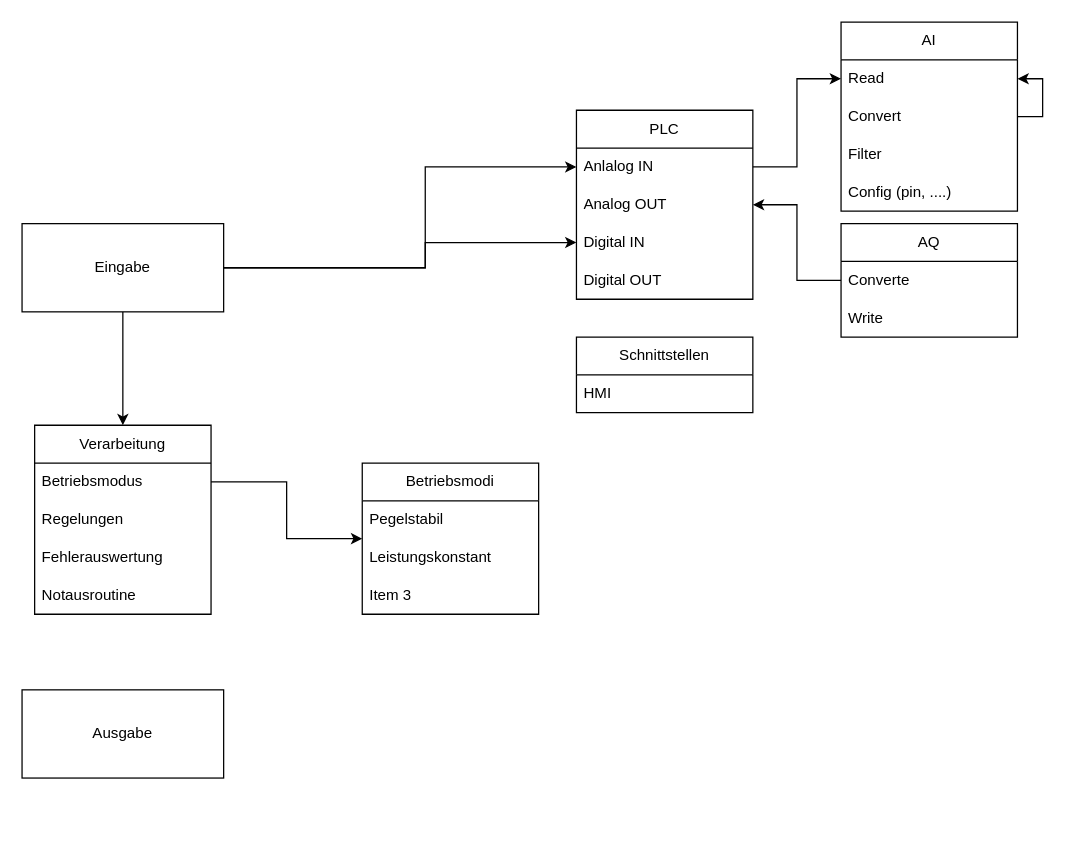
Before: MicroHydroSteuerungskonzept.drawio in Benedikt00/MicroHydro, a draw.io diagram. Source tidied: cells renumbered, new cells numbered last; positions are measured from the earlier drawing's top-left corner, leaving out a move shared by most shapes. Both pictures are drawn from the tidied source at 126%, with x=0, y=0 at pixel (21, 21).
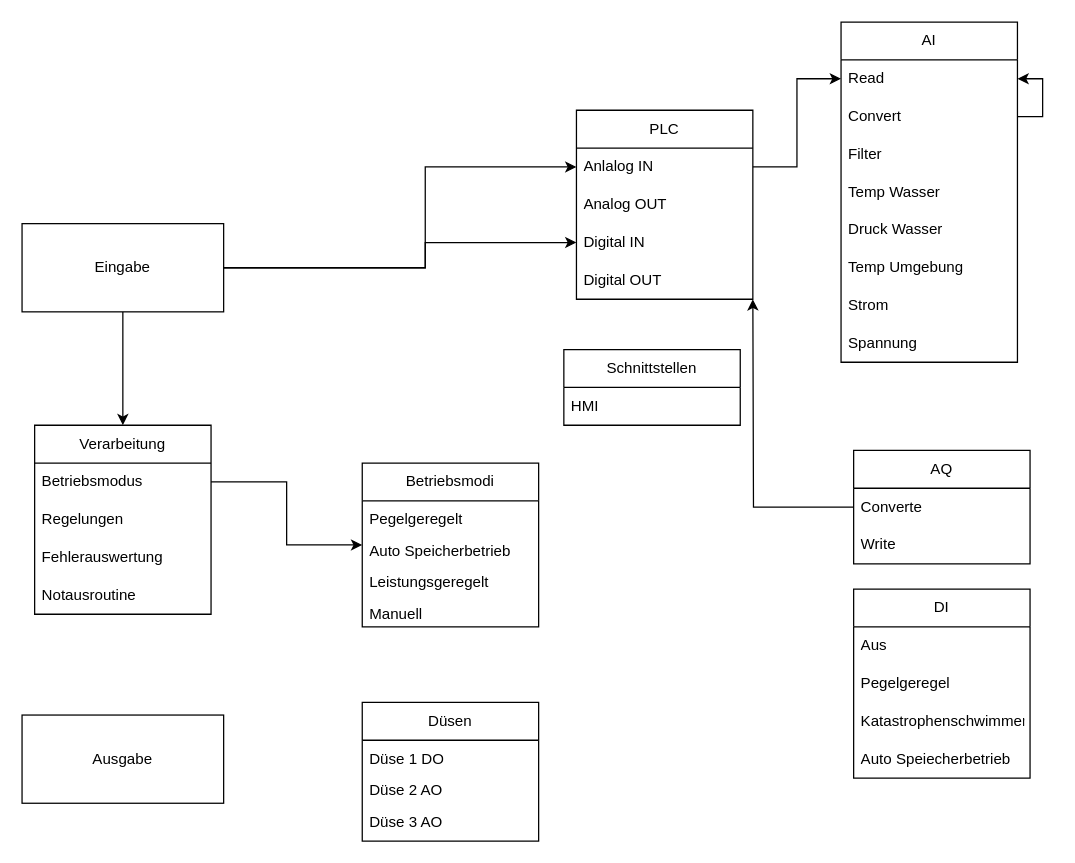
The same diagram, later.

Unchanged cells that the change refers to:
```xml
<mxCell id="8" value="Analog OUT" style="text;strokeColor=none;fillColor=none;align=left;verticalAlign=middle;spacingLeft=4;spacingRight=4;overflow=hidden;points=[[0,0.5],[1,0.5]];portConstraint=eastwest;whiteSpace=wrap;html=1;" parent="6" vertex="1">
  <mxGeometry y="60" width="140" height="30" as="geometry" />
</mxCell>
<mxCell id="18" value="Converte" style="text;strokeColor=none;fillColor=none;align=left;verticalAlign=middle;spacingLeft=4;spacingRight=4;overflow=hidden;points=[[0,0.5],[1,0.5]];portConstraint=eastwest;whiteSpace=wrap;html=1;" parent="17" vertex="1">
  <mxGeometry y="30" width="140" height="30" as="geometry" />
</mxCell>
```

What changed in the source:
```diff
@@
     <mxCell id="5" value="Ausgabe" style="rounded=0;whiteSpace=wrap;html=1;" parent="1" vertex="1">
-      <mxGeometry y="530" width="160" height="70" as="geometry" />
+      <mxGeometry y="550" width="160" height="70" as="geometry" />
     </mxCell>
@@
     <mxCell id="11" value="AI" style="swimlane;fontStyle=0;horizontal=1;startSize=30;whiteSpace=wrap;html=1;" parent="1" vertex="1">
-      <mxGeometry x="650" width="140" height="150" as="geometry" />
+      <mxGeometry x="650" width="140" height="270" as="geometry" />
     </mxCell>
@@
+    <mxCell id="35" value="Temp Wasser" style="text;strokeColor=none;fillColor=none;align=left;verticalAlign=middle;spacingLeft=4;spacingRight=4;overflow=hidden;whiteSpace=wrap;html=1;" parent="11" vertex="1">
+      <mxGeometry y="120" width="140" height="30" as="geometry" />
+    </mxCell>
-    <mxCell id="16" value="Config (pin, ....)" style="text;strokeColor=none;fillColor=none;align=left;verticalAlign=middle;spacingLeft=4;spacingRight=4;overflow=hidden;whiteSpace=wrap;html=1;" parent="11" vertex="1">
-      <mxGeometry y="120" width="140" height="30" as="geometry" />
+    <mxCell id="16" value="Druck Wasser" style="text;strokeColor=none;fillColor=none;align=left;verticalAlign=middle;spacingLeft=4;spacingRight=4;overflow=hidden;whiteSpace=wrap;html=1;" parent="11" vertex="1">
+      <mxGeometry y="150" width="140" height="30" as="geometry" />
     </mxCell>
+    <mxCell id="36" value="Temp Umgebung" style="text;strokeColor=none;fillColor=none;align=left;verticalAlign=middle;spacingLeft=4;spacingRight=4;overflow=hidden;whiteSpace=wrap;html=1;" parent="11" vertex="1">
+      <mxGeometry y="180" width="140" height="30" as="geometry" />
+    </mxCell>
+    <mxCell id="37" value="Strom" style="text;strokeColor=none;fillColor=none;align=left;verticalAlign=middle;spacingLeft=4;spacingRight=4;overflow=hidden;whiteSpace=wrap;html=1;" parent="11" vertex="1">
+      <mxGeometry y="210" width="140" height="30" as="geometry" />
+    </mxCell>
+    <mxCell id="38" value="Spannung" style="text;strokeColor=none;fillColor=none;align=left;verticalAlign=middle;spacingLeft=4;spacingRight=4;overflow=hidden;whiteSpace=wrap;html=1;" parent="11" vertex="1">
+      <mxGeometry y="240" width="140" height="30" as="geometry" />
+    </mxCell>
     <mxCell id="17" value="AQ" style="swimlane;fontStyle=0;horizontal=1;startSize=30;whiteSpace=wrap;html=1;" parent="1" vertex="1">
-      <mxGeometry x="650" y="160" width="140" height="90" as="geometry" />
+      <mxGeometry x="660" y="340" width="140" height="90" as="geometry" />
     </mxCell>
@@
-    <mxCell id="21" style="edgeStyle=orthogonalEdgeStyle;rounded=0;jettySize=auto;html=1;entryX=1;entryY=0.5;entryDx=0;entryDy=0;" parent="1" edge="1" source="18" target="8">
-      <mxGeometry relative="1" as="geometry" />
+    <mxCell id="21" style="edgeStyle=orthogonalEdgeStyle;rounded=0;jettySize=auto;html=1;entryX=1;entryY=0.5;entryDx=0;entryDy=0;" parent="1" edge="1" source="18">
+      <mxGeometry relative="1" as="geometry">
+        <mxPoint x="580" y="220" as="targetPoint" />
+      </mxGeometry>
     </mxCell>
@@
     <mxCell id="28" value="Schnittstellen" style="swimlane;fontStyle=0;horizontal=1;startSize=30;whiteSpace=wrap;html=1;miterlimit=4;" parent="1" vertex="1">
-      <mxGeometry x="440" y="250" width="140" height="60" as="geometry" />
+      <mxGeometry x="430" y="260" width="140" height="60" as="geometry" />
     </mxCell>
@@
     <mxCell id="30" value="Betriebsmodi" style="swimlane;fontStyle=0;horizontal=1;startSize=30;whiteSpace=wrap;html=1;" parent="1" vertex="1">
-      <mxGeometry x="270" y="350" width="140" height="120" as="geometry" />
+      <mxGeometry x="270" y="350" width="140" height="130" as="geometry" />
     </mxCell>
-    <mxCell id="31" value="Pegelstabil" style="text;strokeColor=none;fillColor=none;align=left;verticalAlign=middle;spacingLeft=4;spacingRight=4;overflow=hidden;whiteSpace=wrap;html=1;" parent="30" vertex="1">
+    <mxCell id="31" value="Pegelgeregelt" style="text;strokeColor=none;fillColor=none;align=left;verticalAlign=middle;spacingLeft=4;spacingRight=4;overflow=hidden;whiteSpace=wrap;html=1;" parent="30" vertex="1">
       <mxGeometry y="30" width="140" height="30" as="geometry" />
     </mxCell>
+    <mxCell id="33" value="Auto Speicherbetrieb" style="text;strokeColor=none;fillColor=none;align=left;verticalAlign=middle;spacingLeft=4;spacingRight=4;overflow=hidden;whiteSpace=wrap;html=1;" parent="30" vertex="1">
+      <mxGeometry y="60" width="140" height="20" as="geometry" />
+    </mxCell>
-    <mxCell id="32" value="Leistungskonstant" style="text;strokeColor=none;fillColor=none;align=left;verticalAlign=middle;spacingLeft=4;spacingRight=4;overflow=hidden;whiteSpace=wrap;html=1;" parent="30" vertex="1">
-      <mxGeometry y="60" width="140" height="30" as="geometry" />
+    <mxCell id="32" value="Leistungsgeregelt" style="text;strokeColor=none;fillColor=none;align=left;verticalAlign=middle;spacingLeft=4;spacingRight=4;overflow=hidden;whiteSpace=wrap;html=1;" parent="30" vertex="1">
+      <mxGeometry y="80" width="140" height="30" as="geometry" />
     </mxCell>
-    <mxCell id="33" value="Item 3" style="text;strokeColor=none;fillColor=none;align=left;verticalAlign=middle;spacingLeft=4;spacingRight=4;overflow=hidden;whiteSpace=wrap;html=1;" parent="30" vertex="1">
-      <mxGeometry y="90" width="140" height="30" as="geometry" />
-    </mxCell>
+    <mxCell id="39" value="Manuell" style="text;strokeColor=none;fillColor=none;align=left;verticalAlign=middle;spacingLeft=4;spacingRight=4;overflow=hidden;whiteSpace=wrap;html=1;" parent="30" vertex="1">
+      <mxGeometry y="110" width="140" height="20" as="geometry" />
+    </mxCell>
@@
+    <mxCell id="40" value="Düsen" style="swimlane;fontStyle=0;horizontal=1;startSize=30;whiteSpace=wrap;html=1;" parent="1" vertex="1">
+      <mxGeometry x="270" y="540" width="140" height="110" as="geometry" />
+    </mxCell>
+    <mxCell id="41" value="Düse 1 DO" style="text;strokeColor=none;fillColor=none;align=left;verticalAlign=middle;spacingLeft=4;spacingRight=4;overflow=hidden;whiteSpace=wrap;html=1;" parent="40" vertex="1">
+      <mxGeometry y="30" width="140" height="30" as="geometry" />
+    </mxCell>
+    <mxCell id="42" value="Düse 2 AO" style="text;strokeColor=none;fillColor=none;align=left;verticalAlign=middle;spacingLeft=4;spacingRight=4;overflow=hidden;whiteSpace=wrap;html=1;" parent="40" vertex="1">
+      <mxGeometry y="60" width="140" height="20" as="geometry" />
+    </mxCell>
+    <mxCell id="43" value="Düse 3 AO" style="text;strokeColor=none;fillColor=none;align=left;verticalAlign=middle;spacingLeft=4;spacingRight=4;overflow=hidden;whiteSpace=wrap;html=1;" parent="40" vertex="1">
+      <mxGeometry y="80" width="140" height="30" as="geometry" />
+    </mxCell>
+    <mxCell id="44" value="DI" style="swimlane;fontStyle=0;horizontal=1;startSize=30;whiteSpace=wrap;html=1;" parent="1" vertex="1">
+      <mxGeometry x="660" y="450" width="140" height="150" as="geometry" />
+    </mxCell>
+    <mxCell id="45" value="Aus" style="text;strokeColor=none;fillColor=none;align=left;verticalAlign=middle;spacingLeft=4;spacingRight=4;overflow=hidden;whiteSpace=wrap;html=1;" parent="44" vertex="1">
+      <mxGeometry y="30" width="140" height="30" as="geometry" />
+    </mxCell>
+    <mxCell id="46" value="Pegelgeregel" style="text;strokeColor=none;fillColor=none;align=left;verticalAlign=middle;spacingLeft=4;spacingRight=4;overflow=hidden;whiteSpace=wrap;html=1;" parent="44" vertex="1">
+      <mxGeometry y="60" width="140" height="30" as="geometry" />
+    </mxCell>
+    <mxCell id="47" value="Katastrophenschwimmer" style="text;strokeColor=none;fillColor=none;align=left;verticalAlign=middle;spacingLeft=4;spacingRight=4;overflow=hidden;whiteSpace=wrap;html=1;" parent="44" vertex="1">
+      <mxGeometry y="90" width="140" height="30" as="geometry" />
+    </mxCell>
+    <mxCell id="48" value="Auto Speiecherbetrieb" style="text;strokeColor=none;fillColor=none;align=left;verticalAlign=middle;spacingLeft=4;spacingRight=4;overflow=hidden;whiteSpace=wrap;html=1;" parent="44" vertex="1">
+      <mxGeometry y="120" width="140" height="30" as="geometry" />
+    </mxCell>
```
